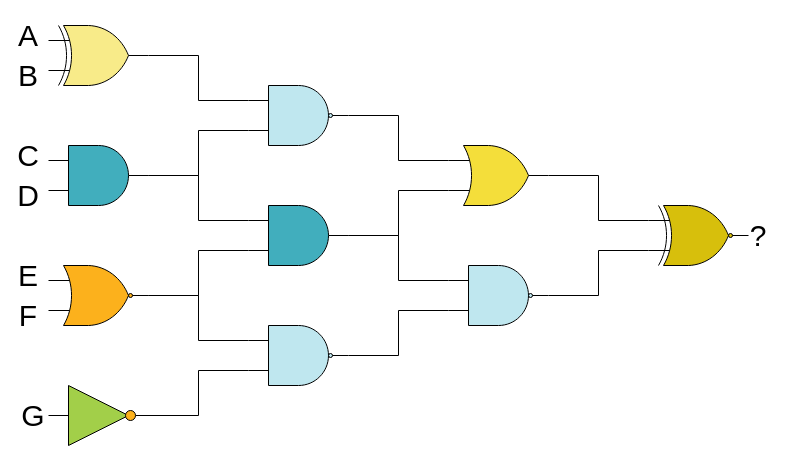
Earlier version of the draw.io diagram docs/drawings/AdvancedGatesEx.drawio (Legohead259/OCE4531-Material). Source tidied: cells renumbered, new cells numbered last; positions are measured from the earlier drawing's top-left corner, leaving out a move shared by most shapes. Both pictures are drawn from the tidied source at 100%, with x=0, y=0 at pixel (18, 25).
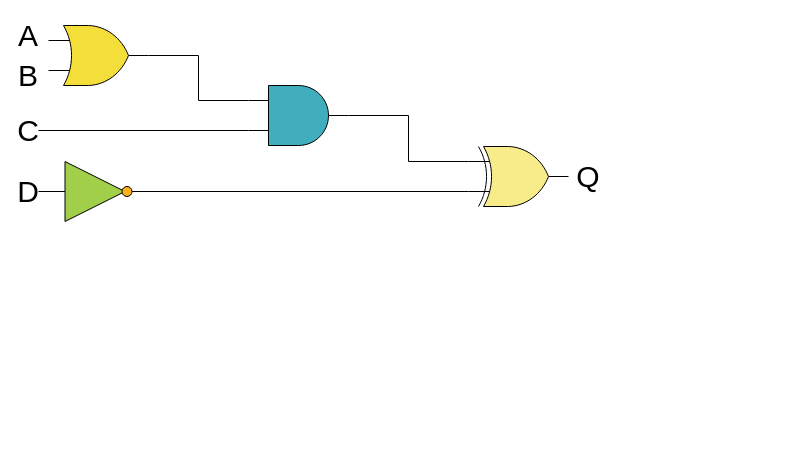
The same page after the edit.

What changed in the source:
```diff
@@
-    <mxCell id="2" style="edgeStyle=orthogonalEdgeStyle;rounded=0;jettySize=auto;html=1;exitX=1;exitY=0.5;exitDx=0;exitDy=0;exitPerimeter=0;entryX=0;entryY=0.25;entryDx=0;entryDy=0;entryPerimeter=0;endArrow=none;endFill=0;elbow=vertical;" parent="1" edge="1" source="3" target="14">
-      <mxGeometry relative="1" as="geometry" />
-    </mxCell>
+    <mxCell id="34" style="edgeStyle=orthogonalEdgeStyle;rounded=0;jumpStyle=arc;jumpSize=20;jettySize=auto;html=1;exitX=0;exitY=0.75;exitDx=0;exitDy=0;exitPerimeter=0;entryX=1;entryY=0.5;entryDx=0;entryDy=0;endArrow=none;endFill=0;strokeWidth=1;" parent="1" edge="1" source="3" target="9">
+      <mxGeometry relative="1" as="geometry" />
+    </mxCell>
     <mxCell id="3" style="verticalLabelPosition=bottom;shadow=0;dashed=0;align=center;html=1;verticalAlign=top;shape=mxgraph.electrical.logic_gates.logic_gate;operation=xor;fillColor=#F8EB89;" parent="1" vertex="1">
-      <mxGeometry x="30" width="100" height="60" as="geometry" />
+      <mxGeometry x="450" y="121" width="100" height="60" as="geometry" />
     </mxCell>
-    <mxCell id="4" style="verticalLabelPosition=bottom;shadow=0;dashed=0;align=center;html=1;verticalAlign=top;shape=mxgraph.electrical.logic_gates.logic_gate;operation=and;fillColor=#41AEBD;" parent="1" vertex="1">
-      <mxGeometry x="30" y="120" width="100" height="60" as="geometry" />
-    </mxCell>
-    <mxCell id="5" style="verticalLabelPosition=bottom;shadow=0;dashed=0;align=center;html=1;verticalAlign=top;shape=mxgraph.electrical.logic_gates.logic_gate;operation=or;negating=1;fillColor=#FCB11C;" parent="1" vertex="1">
-      <mxGeometry x="30" y="240" width="100" height="60" as="geometry" />
-    </mxCell>
-    <mxCell id="6" style="edgeStyle=orthogonalEdgeStyle;rounded=0;jettySize=auto;html=1;exitX=0;exitY=0.5;exitDx=0;exitDy=0;entryX=1;entryY=0.5;entryDx=0;entryDy=0;endArrow=none;endFill=0;" parent="1" edge="1" source="7" target="33">
-      <mxGeometry relative="1" as="geometry" />
-    </mxCell>
     <mxCell id="7" style="triangle;whiteSpace=wrap;html=1;fillColor=#A2CF49;" parent="1" vertex="1">
-      <mxGeometry x="50" y="360" width="60" height="60" as="geometry" />
+      <mxGeometry x="46.5" y="136" width="60" height="60" as="geometry" />
     </mxCell>
-    <mxCell id="8" style="edgeStyle=orthogonalEdgeStyle;rounded=0;jettySize=auto;html=1;exitX=1;exitY=0.5;exitDx=0;exitDy=0;entryX=0;entryY=0.75;entryDx=0;entryDy=0;entryPerimeter=0;endArrow=none;endFill=0;" parent="1" edge="1" source="9" target="11">
-      <mxGeometry relative="1" as="geometry">
-        <Array as="points">
-          <mxPoint x="180" y="390" />
-          <mxPoint x="180" y="345" />
-        </Array>
-      </mxGeometry>
-    </mxCell>
     <mxCell id="9" style="ellipse;whiteSpace=wrap;html=1;fillColor=#FCB11C;" parent="1" vertex="1">
-      <mxGeometry x="107" y="385" width="10" height="10" as="geometry" />
+      <mxGeometry x="103.5" y="161" width="10" height="10" as="geometry" />
     </mxCell>
-    <mxCell id="10" style="edgeStyle=orthogonalEdgeStyle;rounded=0;jettySize=auto;html=1;exitX=0;exitY=0.25;exitDx=0;exitDy=0;exitPerimeter=0;entryX=1;entryY=0.5;entryDx=0;entryDy=0;entryPerimeter=0;endArrow=none;endFill=0;" parent="1" edge="1" source="11" target="5">
-      <mxGeometry relative="1" as="geometry" />
-    </mxCell>
-    <mxCell id="11" style="verticalLabelPosition=bottom;shadow=0;dashed=0;align=center;html=1;verticalAlign=top;shape=mxgraph.electrical.logic_gates.logic_gate;operation=and;negating=1;fillColor=#BFE7EF;" parent="1" vertex="1">
-      <mxGeometry x="230" y="300" width="100" height="60" as="geometry" />
-    </mxCell>
-    <mxCell id="12" style="edgeStyle=orthogonalEdgeStyle;rounded=0;jettySize=auto;html=1;exitX=0;exitY=0.75;exitDx=0;exitDy=0;exitPerimeter=0;entryX=1;entryY=0.5;entryDx=0;entryDy=0;entryPerimeter=0;endArrow=none;endFill=0;" parent="1" edge="1" source="14" target="4">
+    <mxCell id="12" style="edgeStyle=orthogonalEdgeStyle;rounded=0;jettySize=auto;html=1;exitX=0;exitY=0.75;exitDx=0;exitDy=0;exitPerimeter=0;entryX=1;entryY=0.5;entryDx=0;entryDy=0;endArrow=none;endFill=0;" parent="1" edge="1" source="40" target="29">
       <mxGeometry relative="1" as="geometry" />
     </mxCell>
-    <mxCell id="13" style="edgeStyle=orthogonalEdgeStyle;rounded=0;jettySize=auto;html=1;exitX=1;exitY=0.5;exitDx=0;exitDy=0;exitPerimeter=0;entryX=0;entryY=0.25;entryDx=0;entryDy=0;entryPerimeter=0;endArrow=none;endFill=0;" parent="1" edge="1" source="14" target="20">
-      <mxGeometry relative="1" as="geometry" />
-    </mxCell>
-    <mxCell id="14" style="verticalLabelPosition=bottom;shadow=0;dashed=0;align=center;html=1;verticalAlign=top;shape=mxgraph.electrical.logic_gates.logic_gate;operation=and;negating=1;fillColor=#BFE7EF;" parent="1" vertex="1">
-      <mxGeometry x="230" y="60" width="100" height="60" as="geometry" />
-    </mxCell>
-    <mxCell id="15" style="edgeStyle=orthogonalEdgeStyle;rounded=0;jettySize=auto;html=1;exitX=0;exitY=0.25;exitDx=0;exitDy=0;exitPerimeter=0;entryX=1;entryY=0.5;entryDx=0;entryDy=0;entryPerimeter=0;endArrow=none;endFill=0;" parent="1" edge="1" source="18" target="4">
-      <mxGeometry relative="1" as="geometry" />
-    </mxCell>
-    <mxCell id="16" style="edgeStyle=orthogonalEdgeStyle;rounded=0;jettySize=auto;html=1;exitX=0;exitY=0.75;exitDx=0;exitDy=0;exitPerimeter=0;entryX=1;entryY=0.5;entryDx=0;entryDy=0;entryPerimeter=0;endArrow=none;endFill=0;" parent="1" edge="1" source="18" target="5">
-      <mxGeometry relative="1" as="geometry" />
-    </mxCell>
-    <mxCell id="17" style="edgeStyle=orthogonalEdgeStyle;rounded=0;jettySize=auto;html=1;exitX=1;exitY=0.5;exitDx=0;exitDy=0;exitPerimeter=0;entryX=0;entryY=0.75;entryDx=0;entryDy=0;entryPerimeter=0;endArrow=none;endFill=0;" parent="1" edge="1" source="18" target="20">
-      <mxGeometry relative="1" as="geometry" />
-    </mxCell>
-    <mxCell id="18" style="verticalLabelPosition=bottom;shadow=0;dashed=0;align=center;html=1;verticalAlign=top;shape=mxgraph.electrical.logic_gates.logic_gate;operation=and;fillColor=#41AEBD;" parent="1" vertex="1">
-      <mxGeometry x="230" y="180" width="100" height="60" as="geometry" />
-    </mxCell>
-    <mxCell id="19" style="edgeStyle=orthogonalEdgeStyle;rounded=0;jettySize=auto;html=1;exitX=1;exitY=0.5;exitDx=0;exitDy=0;exitPerimeter=0;entryX=0;entryY=0.25;entryDx=0;entryDy=0;entryPerimeter=0;endArrow=none;endFill=0;" parent="1" edge="1" source="20" target="22">
-      <mxGeometry relative="1" as="geometry" />
-    </mxCell>
-    <mxCell id="20" style="verticalLabelPosition=bottom;shadow=0;dashed=0;align=center;html=1;verticalAlign=top;shape=mxgraph.electrical.logic_gates.logic_gate;operation=or;fillColor=#F4DE3A;" parent="1" vertex="1">
-      <mxGeometry x="430" y="120" width="100" height="60" as="geometry" />
-    </mxCell>
-    <mxCell id="21" style="edgeStyle=orthogonalEdgeStyle;rounded=0;jettySize=auto;html=1;exitX=0;exitY=0.75;exitDx=0;exitDy=0;exitPerimeter=0;entryX=1;entryY=0.5;entryDx=0;entryDy=0;entryPerimeter=0;endArrow=none;endFill=0;" parent="1" edge="1" source="22" target="25">
-      <mxGeometry relative="1" as="geometry" />
-    </mxCell>
-    <mxCell id="22" style="verticalLabelPosition=bottom;shadow=0;dashed=0;align=center;html=1;verticalAlign=top;shape=mxgraph.electrical.logic_gates.logic_gate;operation=xor;negating=1;fillColor=#D7BF0C;" parent="1" vertex="1">
-      <mxGeometry x="630" y="180" width="100" height="60" as="geometry" />
-    </mxCell>
-    <mxCell id="23" style="edgeStyle=orthogonalEdgeStyle;rounded=0;jettySize=auto;html=1;exitX=0;exitY=0.25;exitDx=0;exitDy=0;exitPerimeter=0;entryX=1;entryY=0.5;entryDx=0;entryDy=0;entryPerimeter=0;endArrow=none;endFill=0;" parent="1" edge="1" source="25" target="18">
-      <mxGeometry relative="1" as="geometry" />
-    </mxCell>
-    <mxCell id="24" style="edgeStyle=orthogonalEdgeStyle;rounded=0;jettySize=auto;html=1;exitX=0;exitY=0.75;exitDx=0;exitDy=0;exitPerimeter=0;entryX=1;entryY=0.5;entryDx=0;entryDy=0;entryPerimeter=0;endArrow=none;endFill=0;" parent="1" edge="1" source="25" target="11">
-      <mxGeometry relative="1" as="geometry" />
-    </mxCell>
-    <mxCell id="25" style="verticalLabelPosition=bottom;shadow=0;dashed=0;align=center;html=1;verticalAlign=top;shape=mxgraph.electrical.logic_gates.logic_gate;operation=and;negating=1;fillColor=#BFE7EF;" parent="1" vertex="1">
-      <mxGeometry x="430" y="240" width="100" height="60" as="geometry" />
-    </mxCell>
-    <mxCell id="26" value="&lt;font style=&quot;font-size: 30px&quot;&gt;?&lt;/font&gt;" style="text;html=1;strokeColor=none;fillColor=none;align=center;verticalAlign=middle;whiteSpace=wrap;rounded=0;" parent="1" vertex="1">
-      <mxGeometry x="730" y="200" width="20" height="20" as="geometry" />
-    </mxCell>
@@
     <mxCell id="29" value="&lt;font style=&quot;font-size: 30px&quot;&gt;C&lt;/font&gt;" style="text;html=1;strokeColor=none;fillColor=none;align=center;verticalAlign=middle;whiteSpace=wrap;rounded=0;" parent="1" vertex="1">
-      <mxGeometry y="120" width="20" height="20" as="geometry" />
+      <mxGeometry y="95" width="20" height="20" as="geometry" />
     </mxCell>
+    <mxCell id="35" style="edgeStyle=orthogonalEdgeStyle;rounded=0;jumpStyle=arc;jumpSize=20;jettySize=auto;html=1;exitX=1;exitY=0.5;exitDx=0;exitDy=0;entryX=0;entryY=0.5;entryDx=0;entryDy=0;endArrow=none;endFill=0;strokeWidth=1;" parent="1" edge="1" source="30">
+      <mxGeometry relative="1" as="geometry">
+        <mxPoint x="46.5" y="166" as="targetPoint" />
+      </mxGeometry>
+    </mxCell>
     <mxCell id="30" value="&lt;font style=&quot;font-size: 30px&quot;&gt;D&lt;/font&gt;" style="text;html=1;strokeColor=none;fillColor=none;align=center;verticalAlign=middle;whiteSpace=wrap;rounded=0;" parent="1" vertex="1">
-      <mxGeometry y="160" width="20" height="20" as="geometry" />
+      <mxGeometry y="156" width="20" height="20" as="geometry" />
     </mxCell>
-    <mxCell id="31" value="&lt;font style=&quot;font-size: 30px&quot;&gt;E&lt;/font&gt;" style="text;html=1;strokeColor=none;fillColor=none;align=center;verticalAlign=middle;whiteSpace=wrap;rounded=0;" parent="1" vertex="1">
-      <mxGeometry y="240" width="20" height="20" as="geometry" />
-    </mxCell>
-    <mxCell id="32" value="&lt;font style=&quot;font-size: 30px&quot;&gt;F&lt;/font&gt;" style="text;html=1;strokeColor=none;fillColor=none;align=center;verticalAlign=middle;whiteSpace=wrap;rounded=0;" parent="1" vertex="1">
-      <mxGeometry y="280" width="20" height="20" as="geometry" />
-    </mxCell>
-    <mxCell id="33" value="&lt;font style=&quot;font-size: 30px&quot;&gt;G&lt;/font&gt;" style="text;html=1;strokeColor=none;fillColor=none;align=center;verticalAlign=middle;whiteSpace=wrap;rounded=0;" parent="1" vertex="1">
-      <mxGeometry y="380" width="30" height="20" as="geometry" />
-    </mxCell>
+    <mxCell id="36" style="edgeStyle=orthogonalEdgeStyle;rounded=0;jumpStyle=arc;jumpSize=20;jettySize=auto;html=1;exitX=1;exitY=0.5;exitDx=0;exitDy=0;exitPerimeter=0;entryX=0;entryY=0.25;entryDx=0;entryDy=0;entryPerimeter=0;endArrow=none;endFill=0;strokeWidth=1;" parent="1" edge="1" source="37" target="40">
+      <mxGeometry relative="1" as="geometry" />
+    </mxCell>
+    <mxCell id="37" style="verticalLabelPosition=bottom;shadow=0;dashed=0;align=center;html=1;verticalAlign=top;shape=mxgraph.electrical.logic_gates.logic_gate;operation=or;fillColor=#F4DE3A;" parent="1" vertex="1">
+      <mxGeometry x="30" width="100" height="60" as="geometry" />
+    </mxCell>
+    <mxCell id="38" value="&lt;font style=&quot;font-size: 30px&quot;&gt;Q&lt;/font&gt;" style="text;html=1;strokeColor=none;fillColor=none;align=center;verticalAlign=middle;whiteSpace=wrap;rounded=0;" parent="1" vertex="1">
+      <mxGeometry x="560" y="141" width="20" height="20" as="geometry" />
+    </mxCell>
+    <mxCell id="39" style="edgeStyle=orthogonalEdgeStyle;rounded=0;jumpStyle=arc;jumpSize=20;jettySize=auto;html=1;exitX=1;exitY=0.5;exitDx=0;exitDy=0;exitPerimeter=0;entryX=0;entryY=0.25;entryDx=0;entryDy=0;entryPerimeter=0;endArrow=none;endFill=0;strokeWidth=1;" parent="1" edge="1" source="40" target="3">
+      <mxGeometry relative="1" as="geometry" />
+    </mxCell>
+    <mxCell id="40" style="verticalLabelPosition=bottom;shadow=0;dashed=0;align=center;html=1;verticalAlign=top;shape=mxgraph.electrical.logic_gates.logic_gate;operation=and;fillColor=#41AEBD;" parent="1" vertex="1">
+      <mxGeometry x="230" y="60" width="100" height="60" as="geometry" />
+    </mxCell>
```
